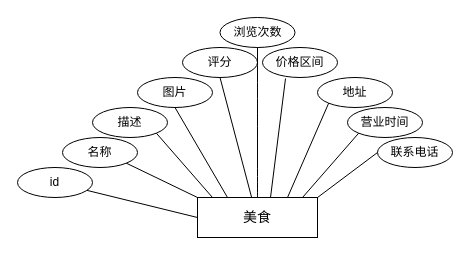
Before: food.drawio in asharca/drawio, a draw.io diagram. Source tidied: cells renumbered, new cells numbered last; positions are measured from the earlier drawing's top-left corner, leaving out a move shared by most shapes. Both pictures are drawn from the tidied source at 100%, with x=0, y=0 at pixel (17, 17).
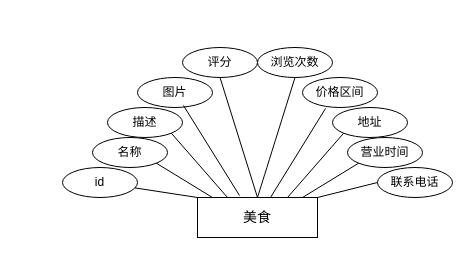
The same page after the edit.

The change refers to these unchanged cells:
```xml
<mxCell id="2" value="&lt;span style=&quot;font-size: 14px;&quot;&gt;美食&lt;/span&gt;" style="rounded=0;whiteSpace=wrap;html=1;" parent="1" vertex="1">
  <mxGeometry x="180" y="180" width="120" height="40" as="geometry" />
</mxCell>
<mxCell id="6" value="图片" style="ellipse;whiteSpace=wrap;html=1;" parent="1" vertex="1">
  <mxGeometry x="120" y="60" width="75" height="30" as="geometry" />
</mxCell>
<mxCell id="7" value="评分" style="ellipse;whiteSpace=wrap;html=1;" parent="1" vertex="1">
  <mxGeometry x="165" y="30" width="75" height="30" as="geometry" />
</mxCell>
```

The edit, as a diff of the source:
```diff
@@
     <mxCell id="3" value="id" style="ellipse;whiteSpace=wrap;html=1;" parent="1" vertex="1">
-      <mxGeometry y="150" width="75" height="30" as="geometry" />
+      <mxGeometry x="45" y="150" width="75" height="30" as="geometry" />
     </mxCell>
     <mxCell id="4" value="名称" style="ellipse;whiteSpace=wrap;html=1;" parent="1" vertex="1">
-      <mxGeometry x="45" y="120" width="75" height="30" as="geometry" />
+      <mxGeometry x="75" y="120" width="75" height="30" as="geometry" />
     </mxCell>
     <mxCell id="5" value="描述" style="ellipse;whiteSpace=wrap;html=1;" parent="1" vertex="1">
-      <mxGeometry x="75" y="90" width="75" height="30" as="geometry" />
+      <mxGeometry x="90" y="90" width="75" height="30" as="geometry" />
     </mxCell>
@@
     <mxCell id="8" value="地址" style="ellipse;whiteSpace=wrap;html=1;" parent="1" vertex="1">
-      <mxGeometry x="300" y="60" width="75" height="30" as="geometry" />
+      <mxGeometry x="315" y="90" width="75" height="30" as="geometry" />
     </mxCell>
     <mxCell id="9" value="营业时间" style="ellipse;whiteSpace=wrap;html=1;" parent="1" vertex="1">
-      <mxGeometry x="330" y="90" width="75" height="30" as="geometry" />
+      <mxGeometry x="330" y="120" width="75" height="30" as="geometry" />
     </mxCell>
-    <mxCell id="10" style="endArrow=none;html=1;rounded=0;exitX=0;exitY=0.5;exitDx=0;exitDy=0;" parent="1" edge="1" source="2" target="3">
+    <mxCell id="10" style="endArrow=none;html=1;rounded=0;exitX=0;exitY=0;exitDx=0;exitDy=0;" parent="1" edge="1" source="2" target="3">
       <mxGeometry relative="1" as="geometry" />
     </mxCell>
-    <mxCell id="11" style="endArrow=none;html=1;rounded=0;exitX=0;exitY=0;exitDx=0;exitDy=0;entryX=1;entryY=1;entryDx=0;entryDy=0;" parent="1" edge="1" source="2" target="4">
+    <mxCell id="11" style="endArrow=none;html=1;rounded=0;entryX=1;entryY=1;entryDx=0;entryDy=0;exitX=0.125;exitY=0;exitDx=0;exitDy=0;exitPerimeter=0;" parent="1" edge="1" source="2" target="4">
       <mxGeometry relative="1" as="geometry" />
     </mxCell>
-    <mxCell id="12" style="endArrow=none;html=1;rounded=0;entryX=1;entryY=1;entryDx=0;entryDy=0;" parent="1" edge="1" target="5">
-      <mxGeometry relative="1" as="geometry">
-        <mxPoint x="195" y="180" as="sourcePoint" />
-      </mxGeometry>
+    <mxCell id="12" style="endArrow=none;html=1;rounded=0;entryX=1;entryY=1;entryDx=0;entryDy=0;exitX=0.25;exitY=0;exitDx=0;exitDy=0;" parent="1" edge="1" source="2" target="5">
+      <mxGeometry relative="1" as="geometry" />
     </mxCell>
-    <mxCell id="13" style="endArrow=none;html=1;rounded=0;entryX=0.5;entryY=1;entryDx=0;entryDy=0;exitX=0.25;exitY=0;exitDx=0;exitDy=0;" parent="1" edge="1" source="2" target="6">
+    <mxCell id="13" style="endArrow=none;html=1;rounded=0;entryX=0.613;entryY=0.933;entryDx=0;entryDy=0;exitX=0.35;exitY=-0.05;exitDx=0;exitDy=0;exitPerimeter=0;entryPerimeter=0;" parent="1" edge="1" source="2" target="6">
       <mxGeometry relative="1" as="geometry" />
     </mxCell>
-    <mxCell id="14" style="endArrow=none;html=1;rounded=0;entryX=0.5;entryY=1;entryDx=0;entryDy=0;exitX=0.45;exitY=-0.012;exitDx=0;exitDy=0;exitPerimeter=0;" parent="1" edge="1" source="2" target="7">
+    <mxCell id="14" style="endArrow=none;html=1;rounded=0;entryX=0.5;entryY=1;entryDx=0;entryDy=0;exitX=0.5;exitY=0;exitDx=0;exitDy=0;" parent="1" edge="1" source="2" target="7">
       <mxGeometry relative="1" as="geometry" />
     </mxCell>
@@
     <mxCell id="17" value="联系电话" style="ellipse;whiteSpace=wrap;html=1;" parent="1" vertex="1">
-      <mxGeometry x="360" y="120" width="75" height="30" as="geometry" />
+      <mxGeometry x="360" y="150" width="75" height="30" as="geometry" />
     </mxCell>
     <mxCell id="18" value="价格区间" style="ellipse;whiteSpace=wrap;html=1;" parent="1" vertex="1">
-      <mxGeometry x="245" y="30" width="75" height="30" as="geometry" />
+      <mxGeometry x="285" y="60" width="75" height="30" as="geometry" />
     </mxCell>
@@
     <mxCell id="21" value="浏览次数" style="ellipse;whiteSpace=wrap;html=1;" parent="1" vertex="1">
-      <mxGeometry x="202.5" width="75" height="30" as="geometry" />
+      <mxGeometry x="240" y="30" width="75" height="30" as="geometry" />
     </mxCell>
-    <mxCell id="22" style="endArrow=none;html=1;rounded=0;fontSize=12;startSize=8;endSize=8;curved=1;exitX=0.5;exitY=0;exitDx=0;exitDy=0;entryX=0.5;entryY=1;entryDx=0;entryDy=0;" parent="1" edge="1" source="2" target="21">
+    <mxCell id="22" style="endArrow=none;html=1;rounded=0;fontSize=12;startSize=8;endSize=8;curved=1;entryX=0.5;entryY=1;entryDx=0;entryDy=0;exitX=0.5;exitY=0;exitDx=0;exitDy=0;" parent="1" edge="1" source="2" target="21">
       <mxGeometry relative="1" as="geometry" />
     </mxCell>
```
